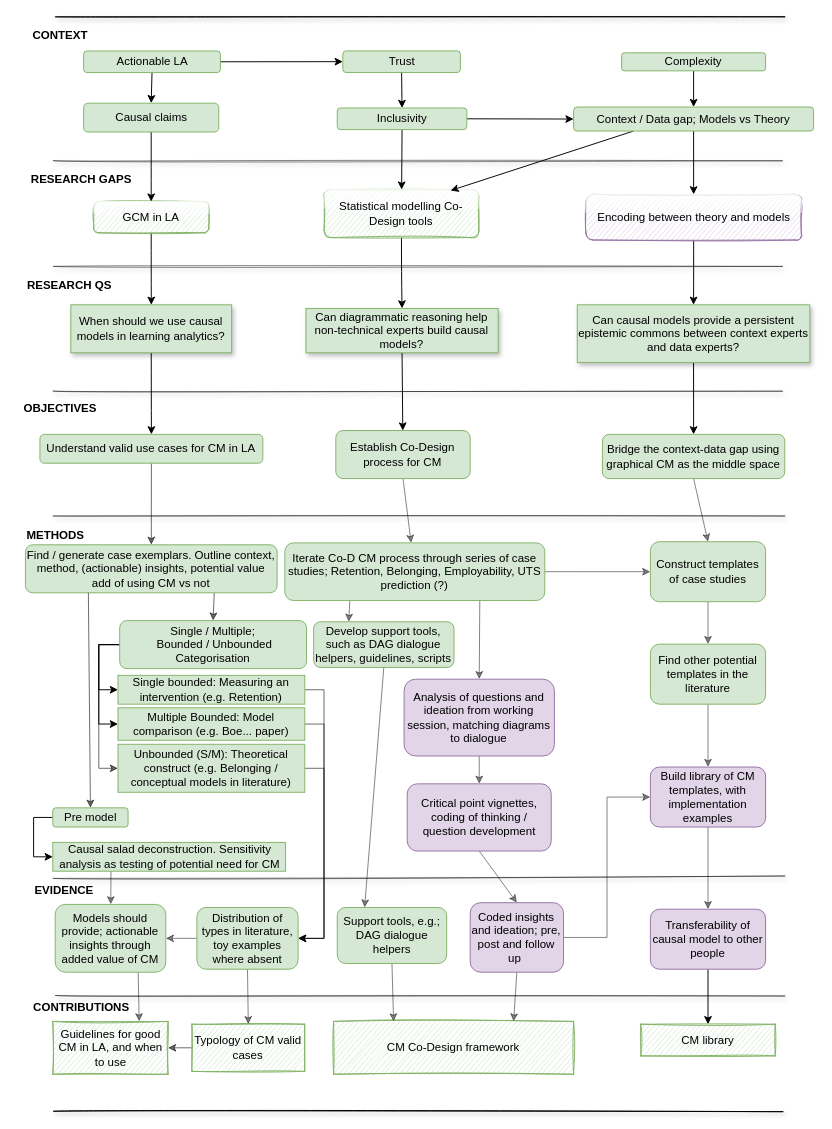
The draw.io diagram page "Page-5" (5 of 5) of Thesis diagram.drawio in benwhicks/phd, before the edit. Source tidied: cells renumbered, new cells numbered last; positions are measured from the earlier drawing's top-left corner, leaving out a move shared by most shapes. Both pictures are drawn from the tidied source at 96%, with x=0, y=0 at pixel (16, 16).
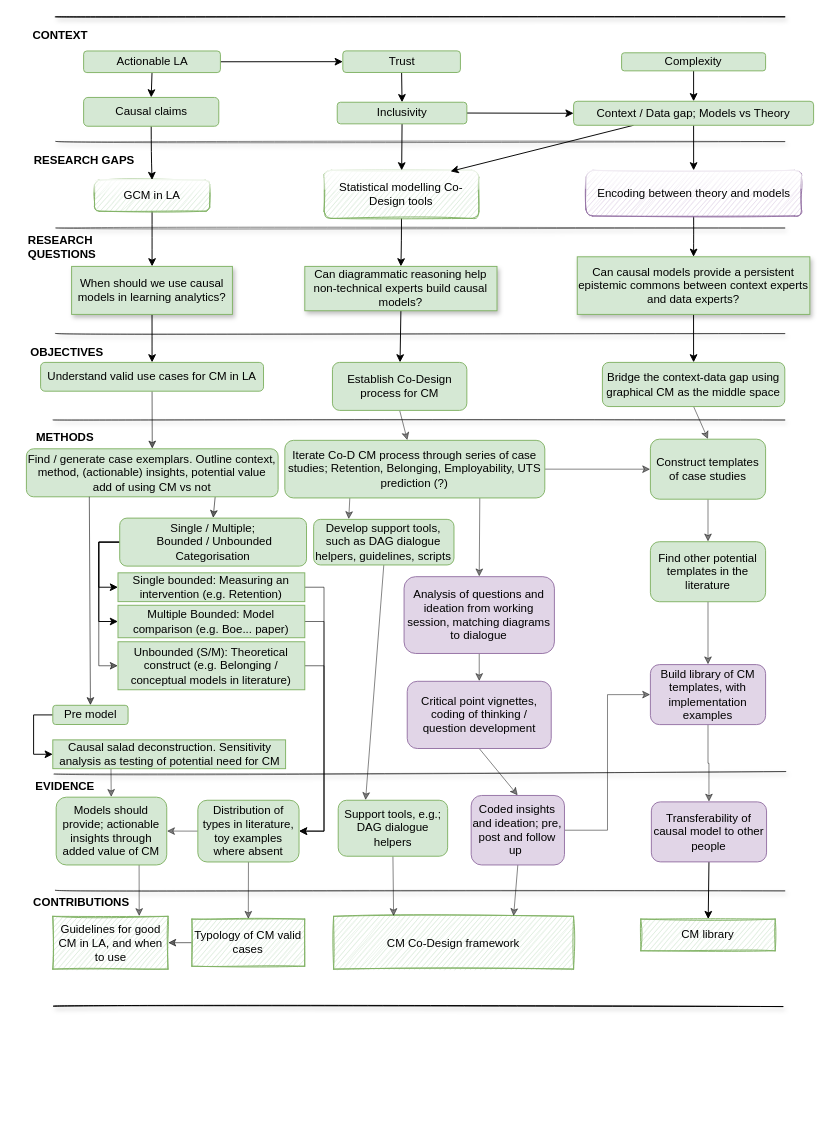
Above is the later version.

The edit, as a diff of the source:
```diff
@@
     <mxCell id="3" value="RESEARCH GAPS" style="text;html=1;align=center;verticalAlign=middle;sketch=1;fontStyle=1;" parent="1" vertex="1">
-      <mxGeometry x="7" y="160" width="120" height="20" as="geometry" />
+      <mxGeometry x="10" y="140" width="120" height="20" as="geometry" />
     </mxCell>
-    <mxCell id="4" value="RESEARCH QS" style="text;html=1;align=left;verticalAlign=middle;strokeColor=none;fillColor=none;fontStyle=1;" parent="1" vertex="1">
-      <mxGeometry x="9" y="270" width="100" height="20" as="geometry" />
+    <mxCell id="4" value="RESEARCH &lt;br&gt;QUESTIONS" style="text;html=1;align=left;verticalAlign=middle;strokeColor=none;fillColor=none;fontStyle=1;" parent="1" vertex="1">
+      <mxGeometry x="10" y="225" width="90" height="30" as="geometry" />
     </mxCell>
@@
     <mxCell id="6" value="Can causal models provide a persistent epistemic commons between context experts and data experts?" style="rounded=0;whiteSpace=wrap;html=1;fillColor=#d5e8d4;strokeColor=#82b366;glass=0;sketch=0;shadow=1;" parent="1" vertex="1">
-      <mxGeometry x="583.8" y="300" width="242.3" height="60" as="geometry" />
+      <mxGeometry x="583.8" y="250" width="242.3" height="60" as="geometry" />
     </mxCell>
@@
     <mxCell id="8" value="Analysis of questions and ideation from working session, matching diagrams to dialogue" style="rounded=1;whiteSpace=wrap;html=1;fillColor=#e1d5e7;strokeColor=#9673a6;" parent="1" vertex="1">
-      <mxGeometry x="403.4" y="690" width="156.6" height="80" as="geometry" />
+      <mxGeometry x="403.4" y="583.2" width="156.6" height="80" as="geometry" />
     </mxCell>
@@
     <mxCell id="10" value="Statistical modelling Co-Design tools" style="rounded=1;whiteSpace=wrap;html=1;fillColor=#d5e8d4;strokeColor=#82b366;glass=1;sketch=1;" parent="1" vertex="1">
-      <mxGeometry x="320.1" y="180" width="161.2" height="50" as="geometry" />
+      <mxGeometry x="320.1" y="160" width="161.2" height="50" as="geometry" />
     </mxCell>
@@
     <mxCell id="12" value="Encoding between theory and models" style="rounded=1;whiteSpace=wrap;html=1;fillColor=#e1d5e7;strokeColor=#9673a6;glass=1;sketch=1;" parent="1" vertex="1">
-      <mxGeometry x="592.8" y="185" width="224.5" height="47.5" as="geometry" />
+      <mxGeometry x="592.8" y="160" width="224.5" height="47.5" as="geometry" />
     </mxCell>
@@
     <mxCell id="14" value="GCM in LA" style="rounded=1;whiteSpace=wrap;html=1;fillColor=#d5e8d4;strokeColor=#82b366;glass=1;sketch=1;" parent="1" vertex="1">
-      <mxGeometry x="80" y="192.5" width="120" height="32.5" as="geometry" />
+      <mxGeometry x="80.9" y="170" width="120" height="32.5" as="geometry" />
     </mxCell>
@@
     <mxCell id="16" value="Can diagrammatic reasoning help non-technical experts build causal models?" style="rounded=0;whiteSpace=wrap;html=1;fillColor=#d5e8d4;strokeColor=#82b366;sketch=0;shadow=1;" parent="1" vertex="1">
-      <mxGeometry x="301.2" y="303.8" width="200.2" height="46.2" as="geometry" />
+      <mxGeometry x="300" y="260" width="200.2" height="46.2" as="geometry" />
     </mxCell>
     <mxCell id="17" value="CONTRIBUTIONS" style="text;html=1;align=center;verticalAlign=middle;strokeColor=none;fillColor=none;fontStyle=1;" parent="1" vertex="1">
-      <mxGeometry x="7" y="1022.4" width="120" height="20" as="geometry" />
+      <mxGeometry x="7" y="912.9" width="120" height="20" as="geometry" />
     </mxCell>
     <mxCell id="18" value="EVIDENCE" style="text;html=1;align=center;verticalAlign=middle;strokeColor=none;fillColor=none;fontStyle=1;" parent="1" vertex="1">
-      <mxGeometry x="9" y="900" width="80" height="20" as="geometry" />
+      <mxGeometry x="10" y="792.3" width="80" height="20" as="geometry" />
     </mxCell>
@@
     <mxCell id="24" value="When should we use causal models in learning analytics?" style="whiteSpace=wrap;html=1;fillColor=#d5e8d4;strokeColor=#82b366;sketch=0;shadow=1;" parent="1" vertex="1">
-      <mxGeometry x="56.3" y="300" width="167.5" height="50" as="geometry" />
+      <mxGeometry x="57.1" y="260" width="167.5" height="50" as="geometry" />
     </mxCell>
@@
     <mxCell id="26" value="Understand valid use cases for CM in LA" style="rounded=1;whiteSpace=wrap;html=1;sketch=0;shadow=0;glass=0;fillColor=#d5e8d4;strokeColor=#82b366;" parent="1" vertex="1">
-      <mxGeometry x="24.1" y="435" width="232.2" height="30" as="geometry" />
+      <mxGeometry x="24.8" y="360" width="232.2" height="30" as="geometry" />
     </mxCell>
@@
     <mxCell id="30" value="Iterate Co-D CM process through series of case studies; Retention, Belonging, Employability, UTS prediction (?)" style="rounded=1;whiteSpace=wrap;html=1;fillColor=#d5e8d4;strokeColor=#82b366;" parent="1" vertex="1">
-      <mxGeometry x="279.2" y="548" width="270.8" height="60" as="geometry" />
+      <mxGeometry x="279.2" y="441.2" width="270.8" height="60" as="geometry" />
     </mxCell>
@@
     <mxCell id="33" value="Causal claims" style="rounded=1;whiteSpace=wrap;html=1;fillColor=#d5e8d4;shadow=0;glass=0;sketch=0;strokeColor=#82b366;" parent="1" vertex="1">
-      <mxGeometry x="69.6" y="90" width="140.8" height="30" as="geometry" />
+      <mxGeometry x="69.6" y="84" width="140.8" height="30" as="geometry" />
     </mxCell>
@@
     <mxCell id="35" value="Critical point vignettes, coding of thinking / question development" style="whiteSpace=wrap;html=1;rounded=1;shadow=0;glass=0;sketch=0;fillColor=#e1d5e7;strokeColor=#9673a6;" parent="1" vertex="1">
-      <mxGeometry x="406.7" y="799" width="150" height="70" as="geometry" />
+      <mxGeometry x="406.7" y="692.2" width="150" height="70" as="geometry" />
     </mxCell>
@@
     <mxCell id="37" style="endArrow=none;html=1;rounded=0;sketch=1;curved=1;shadow=1;opacity=50;" parent="1" edge="1">
       <mxGeometry relative="1" as="geometry">
-        <mxPoint x="37.5" y="150" as="sourcePoint" />
-        <mxPoint x="797.5" y="150" as="targetPoint" />
+        <mxPoint x="40" y="130" as="sourcePoint" />
+        <mxPoint x="800" y="130" as="targetPoint" />
       </mxGeometry>
     </mxCell>
     <mxCell id="38" style="endArrow=none;html=1;rounded=0;sketch=1;curved=1;shadow=1;opacity=50;" parent="1" edge="1">
       <mxGeometry relative="1" as="geometry">
-        <mxPoint x="37.5" y="260" as="sourcePoint" />
-        <mxPoint x="797.5" y="260" as="targetPoint" />
+        <mxPoint x="40" y="220" as="sourcePoint" />
+        <mxPoint x="800" y="220" as="targetPoint" />
       </mxGeometry>
     </mxCell>
     <mxCell id="39" style="endArrow=none;html=1;rounded=0;sketch=1;curved=1;shadow=1;opacity=50;" parent="1" edge="1">
       <mxGeometry relative="1" as="geometry">
-        <mxPoint x="37.5" y="390" as="sourcePoint" />
-        <mxPoint x="797.5" y="390" as="targetPoint" />
+        <mxPoint x="40" y="330" as="sourcePoint" />
+        <mxPoint x="800" y="330" as="targetPoint" />
       </mxGeometry>
     </mxCell>
     <mxCell id="40" style="endArrow=none;html=1;rounded=0;sketch=1;curved=1;shadow=1;opacity=50;" parent="1" edge="1">
       <mxGeometry relative="1" as="geometry">
-        <mxPoint x="39.5" y="1019.5" as="sourcePoint" />
-        <mxPoint x="800" y="1020" as="targetPoint" />
+        <mxPoint x="39.5" y="910" as="sourcePoint" />
+        <mxPoint x="800" y="910.5" as="targetPoint" />
       </mxGeometry>
     </mxCell>
     <mxCell id="41" style="endArrow=none;html=1;rounded=0;sketch=1;curved=1;shadow=1;opacity=50;" parent="1" edge="1">
       <mxGeometry relative="1" as="geometry">
-        <mxPoint x="37.5" y="897.5" as="sourcePoint" />
-        <mxPoint x="800" y="895" as="targetPoint" />
+        <mxPoint x="38.5" y="788.8" as="sourcePoint" />
+        <mxPoint x="801" y="786.2" as="targetPoint" />
       </mxGeometry>
     </mxCell>
@@
     <mxCell id="46" value="Inclusivity" style="rounded=1;whiteSpace=wrap;html=1;fillColor=#d5e8d4;strokeColor=#82b366;" parent="1" vertex="1">
-      <mxGeometry x="333.8" y="95" width="135" height="22.5" as="geometry" />
+      <mxGeometry x="333.8" y="89" width="135" height="22.5" as="geometry" />
     </mxCell>
@@
     <mxCell id="49" value="METHODS" style="text;html=1;align=center;verticalAlign=middle;strokeColor=none;fillColor=none;fontStyle=1;" parent="1" vertex="1">
-      <mxGeometry y="530" width="80" height="20" as="geometry" />
+      <mxGeometry x="10" y="428" width="80" height="20" as="geometry" />
     </mxCell>
     <mxCell id="50" value="CM Co-Design framework" style="whiteSpace=wrap;html=1;rounded=0;shadow=0;glass=0;sketch=1;fillColor=#d5e8d4;strokeColor=#82b366;" parent="1" vertex="1">
-      <mxGeometry x="330" y="1046.5" width="250" height="55" as="geometry" />
+      <mxGeometry x="330" y="937" width="250" height="55" as="geometry" />
     </mxCell>
     <mxCell id="51" value="Guidelines for good CM in LA, and when to use" style="whiteSpace=wrap;html=1;rounded=0;shadow=0;glass=0;sketch=1;fillColor=#d5e8d4;strokeColor=#82b366;" parent="1" vertex="1">
-      <mxGeometry x="37.5" y="1046.5" width="120" height="55" as="geometry" />
+      <mxGeometry x="37.5" y="937" width="120" height="55" as="geometry" />
     </mxCell>
@@
     <mxCell id="53" value="Models should provide; actionable insights through added value of CM" style="rounded=1;whiteSpace=wrap;html=1;sketch=0;fillColor=#d5e8d4;strokeColor=#82b366;gradientColor=none;shadow=0;" parent="1" vertex="1">
-      <mxGeometry x="40" y="924.6" width="115.2" height="70.6" as="geometry" />
+      <mxGeometry x="41" y="812.9" width="115.2" height="70.6" as="geometry" />
     </mxCell>
@@
     <mxCell id="55" value="Typology of CM valid cases" style="rounded=0;whiteSpace=wrap;html=1;sketch=1;fillColor=#d5e8d4;strokeColor=#82b366;shadow=0;" parent="1" vertex="1">
-      <mxGeometry x="182.4" y="1049.4" width="117.5" height="49.1" as="geometry" />
+      <mxGeometry x="182.4" y="939.9" width="117.5" height="49.1" as="geometry" />
     </mxCell>
@@
     <mxCell id="57" value="Support tools, e.g.; DAG dialogue helpers" style="rounded=1;whiteSpace=wrap;html=1;sketch=0;fillColor=#d5e8d4;strokeColor=#82b366;shadow=0;" parent="1" vertex="1">
-      <mxGeometry x="333.8" y="927.8" width="114" height="58.3" as="geometry" />
+      <mxGeometry x="334.8" y="816.1" width="114" height="58.3" as="geometry" />
     </mxCell>
@@
     <mxCell id="60" value="Coded insights and ideation; pre, post and follow up&amp;nbsp;" style="rounded=1;whiteSpace=wrap;html=1;sketch=0;fillColor=#e1d5e7;strokeColor=#9673a6;shadow=0;" parent="1" vertex="1">
-      <mxGeometry x="472.3" y="922.8" width="97.2" height="72.4" as="geometry" />
+      <mxGeometry x="473.3" y="811.1" width="97.2" height="72.4" as="geometry" />
     </mxCell>
@@
     <mxCell id="62" value="Transferability of causal model to other people" style="whiteSpace=wrap;html=1;rounded=1;shadow=0;glass=0;sketch=0;fillColor=#e1d5e7;strokeColor=#9673a6;" parent="1" vertex="1">
-      <mxGeometry x="660" y="929.6" width="120" height="62.5" as="geometry" />
+      <mxGeometry x="661" y="817.8" width="120" height="62.5" as="geometry" />
     </mxCell>
     <mxCell id="63" value="CM library" style="whiteSpace=wrap;html=1;rounded=0;shadow=0;glass=0;sketch=1;fillColor=#d5e8d4;strokeColor=#82b366;" parent="1" vertex="1">
-      <mxGeometry x="650" y="1049.4" width="140" height="33" as="geometry" />
+      <mxGeometry x="650" y="939.9" width="140" height="33" as="geometry" />
     </mxCell>
     <mxCell id="64" style="endArrow=none;html=1;rounded=0;sketch=1;curved=1;shadow=1;opacity=50;" parent="1" edge="1">
       <mxGeometry relative="1" as="geometry">
-        <mxPoint x="37.5" y="520" as="sourcePoint" />
-        <mxPoint x="800" y="520" as="targetPoint" />
+        <mxPoint x="37.5" y="420" as="sourcePoint" />
+        <mxPoint x="800" y="420" as="targetPoint" />
       </mxGeometry>
     </mxCell>
     <mxCell id="65" value="OBJECTIVES" style="text;html=1;align=center;verticalAlign=middle;strokeColor=none;fillColor=none;fontStyle=1;" parent="1" vertex="1">
-      <mxGeometry y="398" width="90" height="20" as="geometry" />
+      <mxGeometry x="7" y="340" width="90" height="20" as="geometry" />
     </mxCell>
@@
     <mxCell id="68" value="Context / Data gap; Models vs Theory" style="rounded=1;whiteSpace=wrap;html=1;fillColor=#d5e8d4;strokeColor=#82b366;" parent="1" vertex="1">
-      <mxGeometry x="580" y="94" width="250" height="25" as="geometry" />
+      <mxGeometry x="580" y="88" width="250" height="25" as="geometry" />
     </mxCell>
@@
     <mxCell id="70" value="Single bounded: Measuring an intervention (e.g. Retention)" style="rounded=0;whiteSpace=wrap;html=1;fillColor=#d5e8d4;strokeColor=#82b366;glass=0;shadow=0;sketch=0;" parent="1" vertex="1">
-      <mxGeometry x="105.4" y="686" width="194.6" height="30" as="geometry" />
+      <mxGeometry x="105.4" y="579.2" width="194.6" height="30" as="geometry" />
     </mxCell>
@@
     <mxCell id="72" value="Multiple Bounded: Model comparison (e.g. Boe... paper)" style="rounded=0;whiteSpace=wrap;html=1;fillColor=#d5e8d4;strokeColor=#82b366;glass=0;" parent="1" vertex="1">
-      <mxGeometry x="105.4" y="719.8" width="194.6" height="33.8" as="geometry" />
+      <mxGeometry x="105.4" y="613" width="194.6" height="33.8" as="geometry" />
     </mxCell>
@@
     <mxCell id="74" value="Causal salad deconstruction. Sensitivity analysis as testing of potential need for CM" style="rounded=0;whiteSpace=wrap;html=1;fillColor=#d5e8d4;strokeColor=#82b366;glass=0;" parent="1" vertex="1">
-      <mxGeometry x="37.5" y="860" width="242.5" height="30" as="geometry" />
+      <mxGeometry x="37.5" y="753.2" width="242.5" height="30" as="geometry" />
     </mxCell>
@@
     <mxCell id="76" value="Unbounded (S/M): Theoretical construct (e.g. Belonging / conceptual models in literature)" style="rounded=0;whiteSpace=wrap;html=1;fillColor=#d5e8d4;strokeColor=#82b366;glass=0;" parent="1" vertex="1">
-      <mxGeometry x="105.4" y="757.8" width="194.6" height="50" as="geometry" />
+      <mxGeometry x="105.4" y="651" width="194.6" height="50" as="geometry" />
     </mxCell>
@@
     <mxCell id="78" value="Bridge the context-data gap using graphical CM as the middle space" style="rounded=1;whiteSpace=wrap;html=1;fillColor=#d5e8d4;strokeColor=#82b366;" parent="1" vertex="1">
-      <mxGeometry x="610" y="435" width="190" height="46" as="geometry" />
+      <mxGeometry x="610" y="360" width="190" height="46" as="geometry" />
     </mxCell>
@@
     <mxCell id="80" value="Establish Co-Design process for CM" style="rounded=1;whiteSpace=wrap;html=1;fillColor=#d5e8d4;strokeColor=#82b366;" parent="1" vertex="1">
-      <mxGeometry x="332.3" y="431" width="140" height="50" as="geometry" />
+      <mxGeometry x="328.8" y="360" width="140" height="50" as="geometry" />
     </mxCell>
@@
     <mxCell id="82" value="Pre model" style="rounded=1;whiteSpace=wrap;html=1;sketch=0;shadow=0;glass=0;fillColor=#d5e8d4;strokeColor=#82b366;" parent="1" vertex="1">
-      <mxGeometry x="37.5" y="824" width="78.4" height="20" as="geometry" />
+      <mxGeometry x="37.5" y="717.2" width="78.4" height="20" as="geometry" />
     </mxCell>
@@
     <mxCell id="86" value="Single / Multiple;&lt;br&gt;&amp;nbsp;Bounded / Unbounded&lt;br&gt;Categorisation" style="rounded=1;whiteSpace=wrap;html=1;sketch=0;shadow=0;glass=0;fillColor=#d5e8d4;strokeColor=#82b366;" parent="1" vertex="1">
-      <mxGeometry x="107.2" y="629" width="194.6" height="50" as="geometry" />
+      <mxGeometry x="107.2" y="522.2" width="194.6" height="50" as="geometry" />
     </mxCell>
@@
     <mxCell id="89" value="Distribution of types in literature, toy examples where absent" style="rounded=1;whiteSpace=wrap;html=1;sketch=0;fillColor=#d5e8d4;strokeColor=#82b366;gradientColor=none;shadow=0;" parent="1" vertex="1">
-      <mxGeometry x="187.6" y="927.8" width="105.4" height="64.3" as="geometry" />
+      <mxGeometry x="188.6" y="816.1" width="105.4" height="64.3" as="geometry" />
     </mxCell>
@@
     <mxCell id="91" value="Find / generate case exemplars. Outline context, method, (actionable) insights, potential value add of using CM vs not" style="rounded=1;whiteSpace=wrap;html=1;sketch=0;shadow=0;glass=0;fillColor=#d5e8d4;strokeColor=#82b366;" parent="1" vertex="1">
-      <mxGeometry x="9" y="550" width="262.2" height="50" as="geometry" />
+      <mxGeometry x="10" y="450" width="262.2" height="50" as="geometry" />
     </mxCell>
@@
     <mxCell id="93" style="endArrow=none;html=1;rounded=0;sketch=1;curved=1;shadow=1;" parent="1" edge="1">
       <mxGeometry relative="1" as="geometry">
-        <mxPoint x="37.5" y="1140" as="sourcePoint" />
-        <mxPoint x="798" y="1140.5" as="targetPoint" />
+        <mxPoint x="37.5" y="1030.5" as="sourcePoint" />
+        <mxPoint x="798" y="1031" as="targetPoint" />
       </mxGeometry>
     </mxCell>
@@
     <mxCell id="95" value="Develop support tools, such as DAG dialogue helpers, guidelines, scripts" style="rounded=1;whiteSpace=wrap;html=1;fillColor=#d5e8d4;strokeColor=#82b366;" parent="1" vertex="1">
-      <mxGeometry x="309.2" y="630.2" width="146.2" height="47.5" as="geometry" />
+      <mxGeometry x="309.2" y="523.5" width="146.2" height="47.5" as="geometry" />
     </mxCell>
@@
     <mxCell id="97" value="Construct templates of case studies" style="whiteSpace=wrap;html=1;rounded=1;shadow=0;glass=0;sketch=0;fillColor=#d5e8d4;strokeColor=#82b366;" parent="1" vertex="1">
-      <mxGeometry x="660" y="546.8" width="120" height="62.5" as="geometry" />
+      <mxGeometry x="660" y="440" width="120" height="62.5" as="geometry" />
     </mxCell>
@@
     <mxCell id="99" value="Find other potential templates in the literature" style="whiteSpace=wrap;html=1;rounded=1;shadow=0;glass=0;sketch=0;fillColor=#d5e8d4;strokeColor=#82b366;" parent="1" vertex="1">
-      <mxGeometry x="660" y="653.5" width="120" height="62.5" as="geometry" />
+      <mxGeometry x="660" y="546.8" width="120" height="62.5" as="geometry" />
     </mxCell>
@@
     <mxCell id="101" value="Build library of CM templates, with implementation examples" style="whiteSpace=wrap;html=1;rounded=1;shadow=0;glass=0;sketch=0;fillColor=#e1d5e7;strokeColor=#9673a6;" parent="1" vertex="1">
-      <mxGeometry x="660" y="781.5" width="120" height="62.5" as="geometry" />
+      <mxGeometry x="660" y="674.8" width="120" height="62.5" as="geometry" />
     </mxCell>
```
